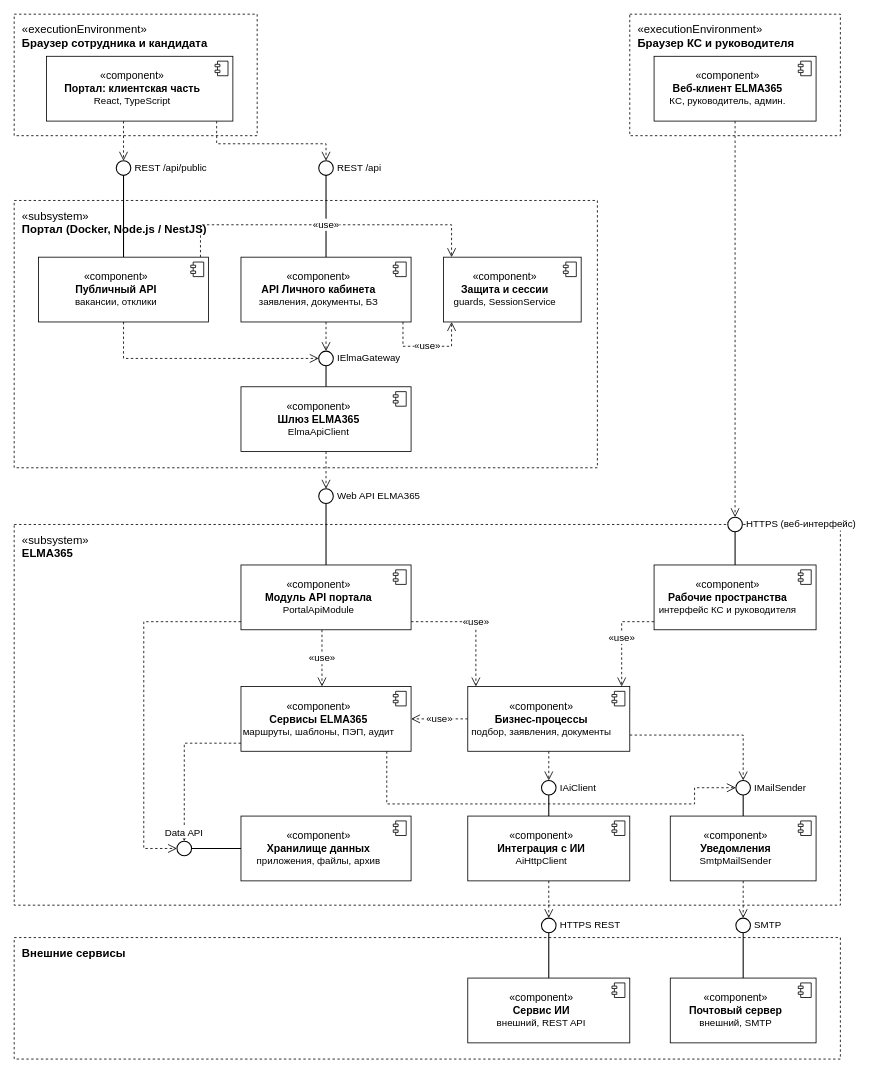
Earlier version of the draw.io diagram docs/диаграммы/drawio/5.1_Диаграмма_компонентов.drawio (akkixx04/doc_management). Source tidied: cells renumbered, new cells numbered last; positions are measured from the earlier drawing's top-left corner, leaving out a move shared by most shapes. Both pictures are drawn from the tidied source at 81%, with x=0, y=0 at pixel (14, 14).
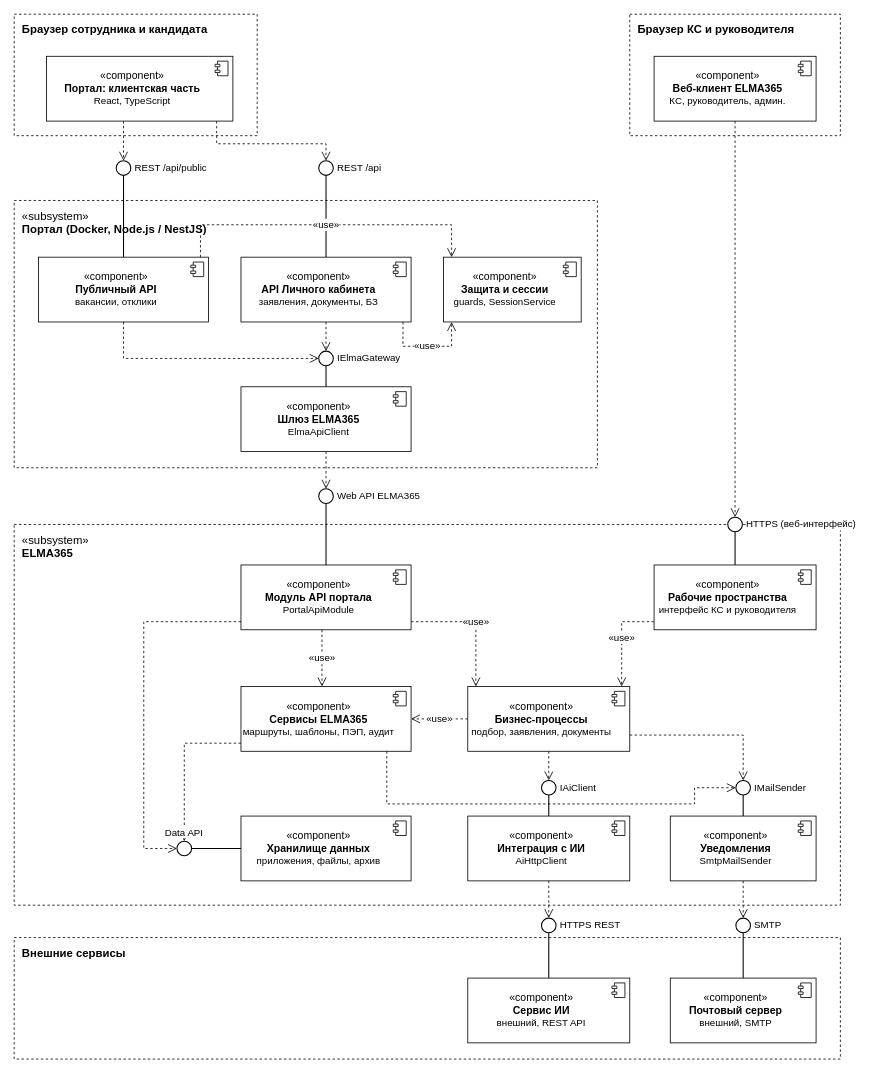
The same diagram, later.

What changed in the source:
```diff
@@
-    <mxCell id="31" value="«executionEnvironment»&lt;br&gt;&lt;b&gt;Браузер сотрудника и кандидата&lt;/b&gt;" style="rounded=0;whiteSpace=wrap;html=1;fillColor=none;strokeColor=#000000;dashed=1;verticalAlign=top;align=left;spacingLeft=8;spacingTop=4;fontSize=14;fontFamily=Helvetica;fontColor=#000000;" parent="1" vertex="1">
+    <mxCell id="31" value="&lt;b&gt;Браузер сотрудника и кандидата&lt;/b&gt;" style="rounded=0;whiteSpace=wrap;html=1;fillColor=none;strokeColor=#000000;dashed=1;verticalAlign=top;align=left;spacingLeft=8;spacingTop=4;fontSize=14;fontFamily=Helvetica;fontColor=#000000;" parent="1" vertex="1">
       <mxGeometry width="300" height="150" as="geometry" />
     </mxCell>
-    <mxCell id="32" value="«executionEnvironment»&lt;br&gt;&lt;b&gt;Браузер КС и руководителя&lt;/b&gt;" style="rounded=0;whiteSpace=wrap;html=1;fillColor=none;strokeColor=#000000;dashed=1;verticalAlign=top;align=left;spacingLeft=8;spacingTop=4;fontSize=14;fontFamily=Helvetica;fontColor=#000000;" parent="1" vertex="1">
+    <mxCell id="32" value="&lt;b&gt;Браузер КС и руководителя&lt;/b&gt;" style="rounded=0;whiteSpace=wrap;html=1;fillColor=none;strokeColor=#000000;dashed=1;verticalAlign=top;align=left;spacingLeft=8;spacingTop=4;fontSize=14;fontFamily=Helvetica;fontColor=#000000;" parent="1" vertex="1">
       <mxGeometry x="760" width="260" height="150" as="geometry" />
     </mxCell>
```
